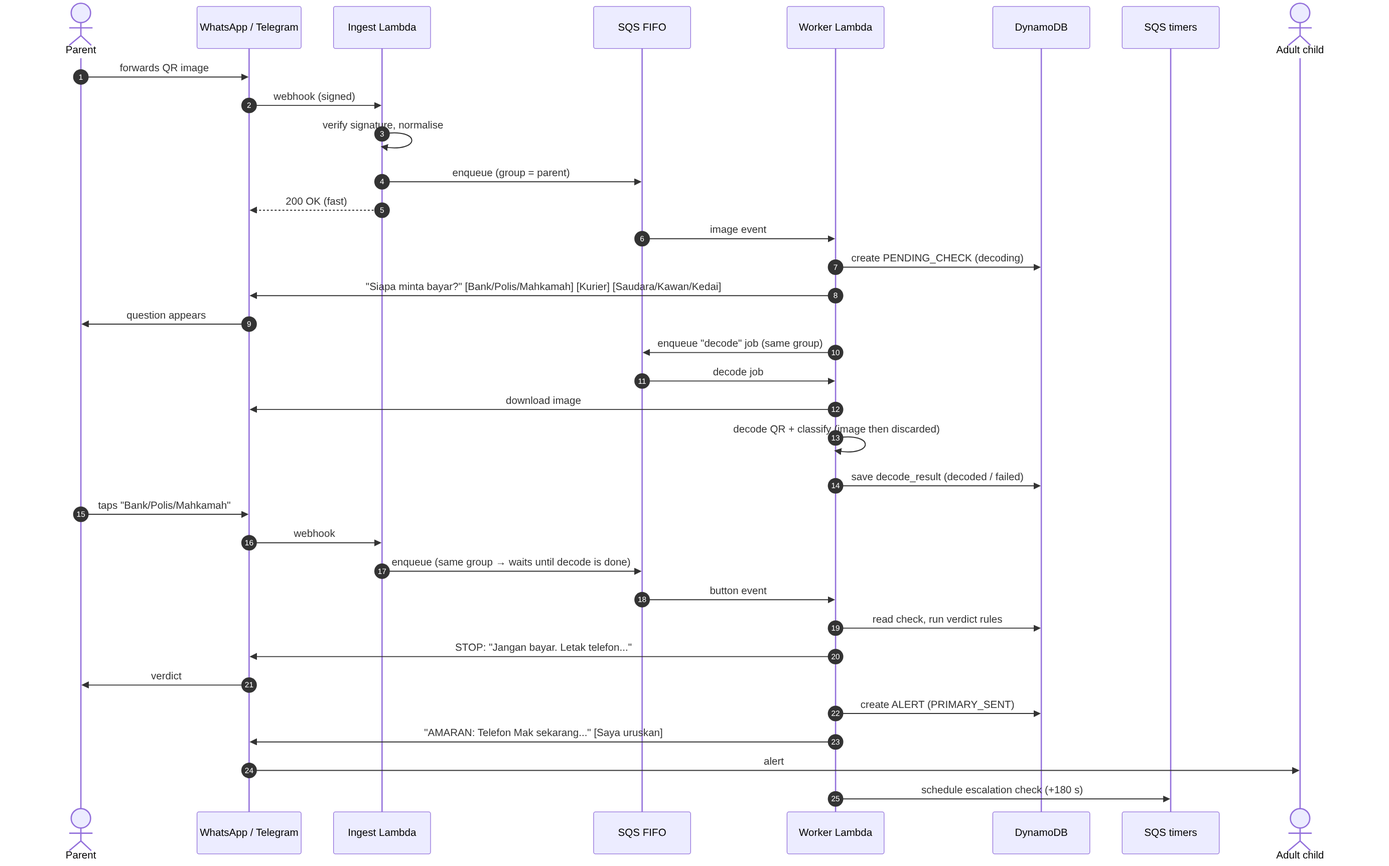
This is docs/diagrams/05-seq-check.png from WolffeyX/Public-.env-File-Cybersecurity-and-Digital-Safety, a Mermaid export, as it was before one commit. Its source is kept beside it as docs/diagrams/05-seq-check.mmd.
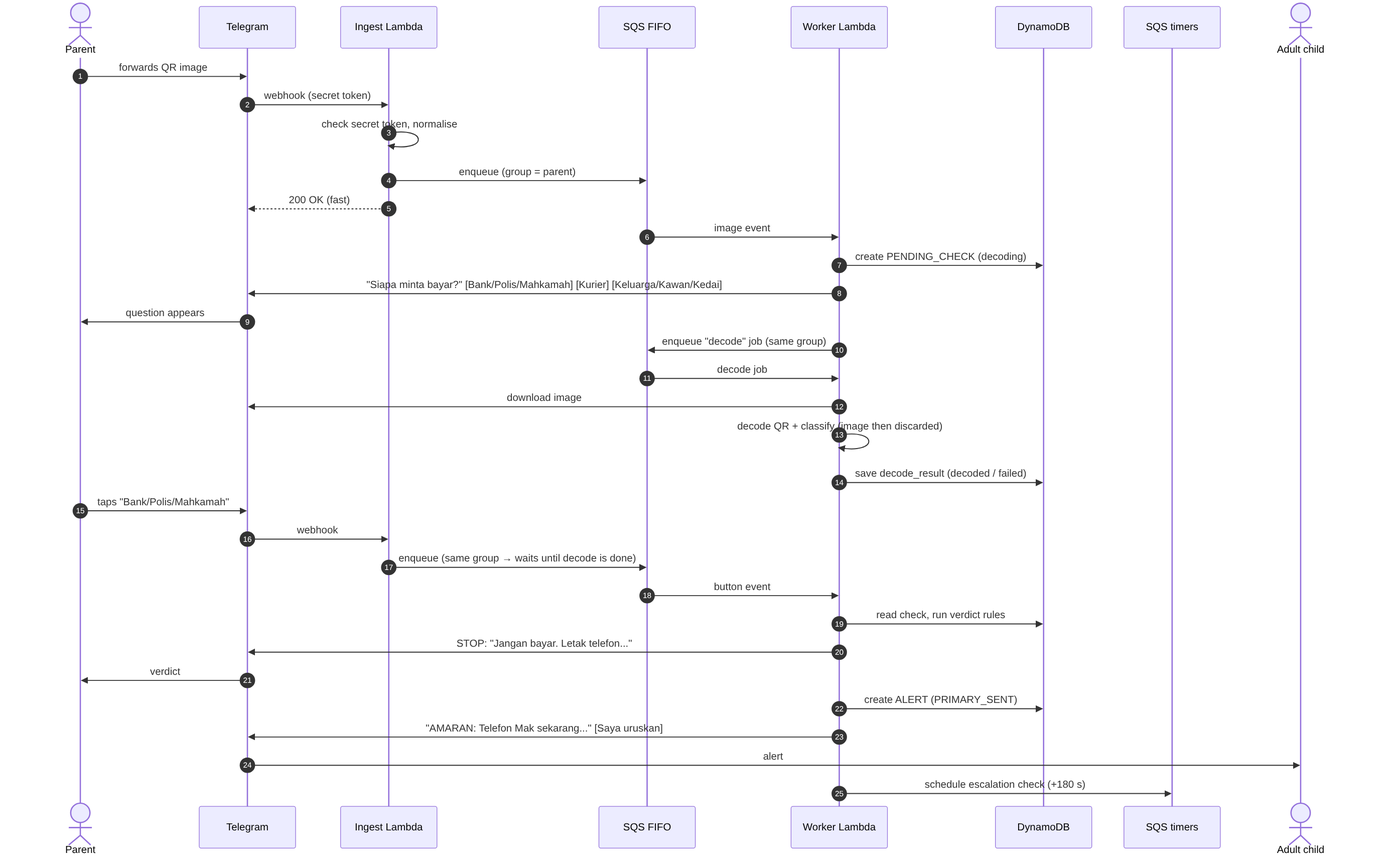
After the commit.

What changed in the source:
```diff
@@ -1,7 +1,7 @@
 sequenceDiagram
   autonumber
   actor P as Parent
-  participant CH as WhatsApp / Telegram
+  participant CH as Telegram
   participant I as Ingest Lambda
   participant Q as SQS FIFO
   participant W as Worker Lambda
@@ -9,13 +9,13 @@
   participant T as SQS timers
   actor C as Adult child
   P->>CH: forwards QR image
-  CH->>I: webhook (signed)
-  I->>I: verify signature, normalise
+  CH->>I: webhook (secret token)
+  I->>I: check secret token, normalise
   I->>Q: enqueue (group = parent)
   I-->>CH: 200 OK (fast)
   Q->>W: image event
   W->>D: create PENDING_CHECK (decoding)
-  W->>CH: "Siapa minta bayar?" [Bank/Polis/Mahkamah] [Kurier] [Saudara/Kawan/Kedai]
+  W->>CH: "Siapa minta bayar?" [Bank/Polis/Mahkamah] [Kurier] [Keluarga/Kawan/Kedai]
   CH->>P: question appears
   W->>Q: enqueue "decode" job (same group)
   Q->>W: decode job
```
